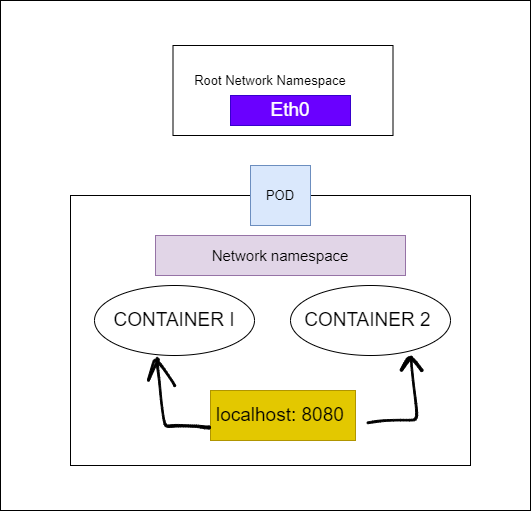
The draw.io diagram Page_images/C-2-C-networking.drawio.png in dikshita-git/RP_Study-on-Ingress-and-its-security-IPv4-IPv6-, before a commit. Source tidied: cells renumbered, new cells last; positions are measured from the earlier drawing's top-left corner, leaving out a move shared by most shapes.
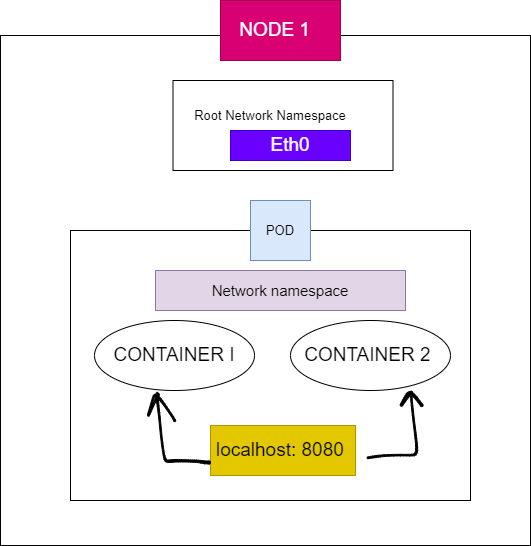
After the commit.

Diff of the diagram source:
```diff
@@ -41,5 +41,8 @@
     <mxCell id="14" style="rounded=0;whiteSpace=wrap;html=1;fontFamily=Helvetica;fontSize=19;fillColor=none;" parent="1" vertex="1">
       <mxGeometry width="530" height="510" as="geometry" />
     </mxCell>
+    <mxCell id="15" value="NODE 1&amp;nbsp;&amp;nbsp;" style="rounded=0;whiteSpace=wrap;html=1;fontFamily=Helvetica;fontSize=19;fontColor=#ffffff;strokeColor=#A50040;fillColor=#d80073;" parent="1" vertex="1">
+      <mxGeometry x="220" y="-35" width="120" height="60" as="geometry" />
+    </mxCell>
   </root>
 </mxGraphModel>
```
